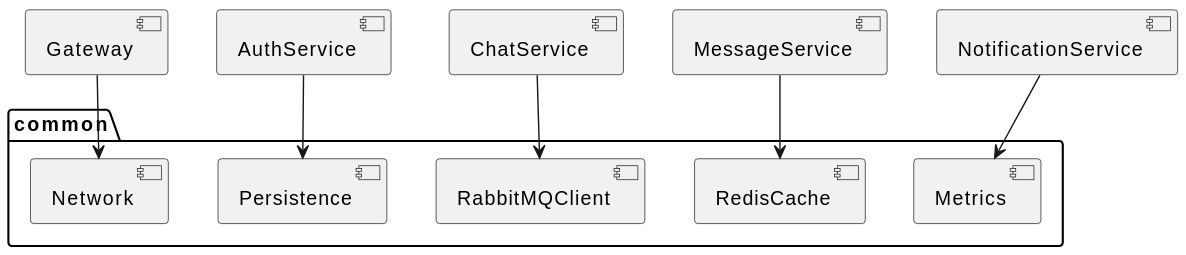
Earlier version of the PlantUML export architecture/common-libs.svg (Roma3214185/Messanger).
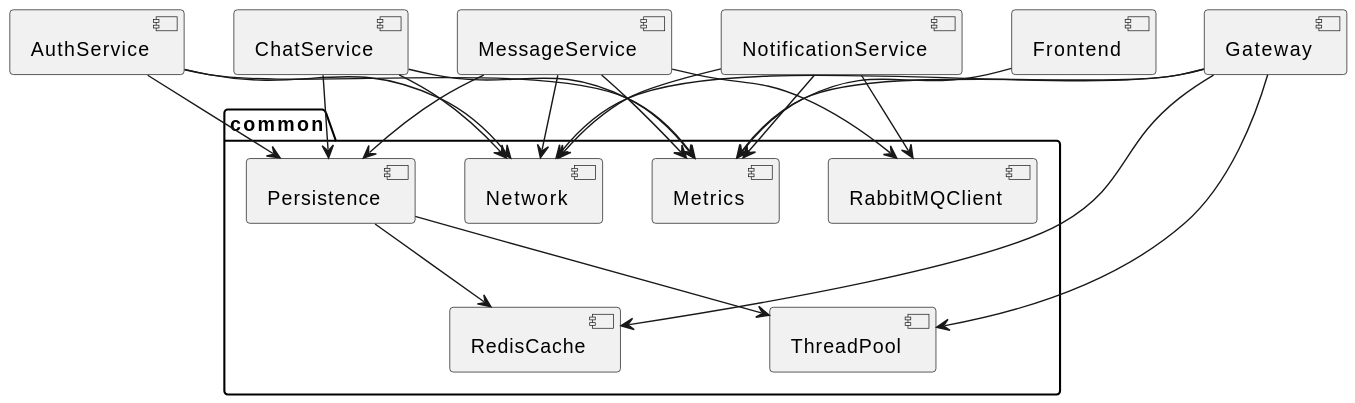
The same file after the commit.

Diff of the diagram source:
```diff
@@ -5,11 +5,32 @@
   [RabbitMQClient]
   [RedisCache]
   [Metrics]
+  [ThreadPool]
 }
 
 [Gateway] --> [Network]
+[AuthService] --> [Network]
+[MessageService] --> [Network]
+[ChatService] --> [Network]
+[NotificationService] --> [Network]
+
 [AuthService] --> [Persistence]
-[ChatService] --> [RabbitMQClient]
-[MessageService] --> [RedisCache]
+[MessageService] --> [Persistence]
+[ChatService] --> [Persistence]
+
+[MessageService] --> [RabbitMQClient]
+[NotificationService] --> [RabbitMQClient]
+
+[Persistence] --> [RedisCache]
+[Gateway] --> [RedisCache]
+
+[Persistence] --> [ThreadPool]
+[Gateway] --> [ThreadPool]
+
+[Frontend] --> [Metrics]
+[Gateway] --> [Metrics]
+[AuthService] --> [Metrics]
+[MessageService] --> [Metrics]
+[ChatService] --> [Metrics]
 [NotificationService] --> [Metrics]
 @enduml
```
